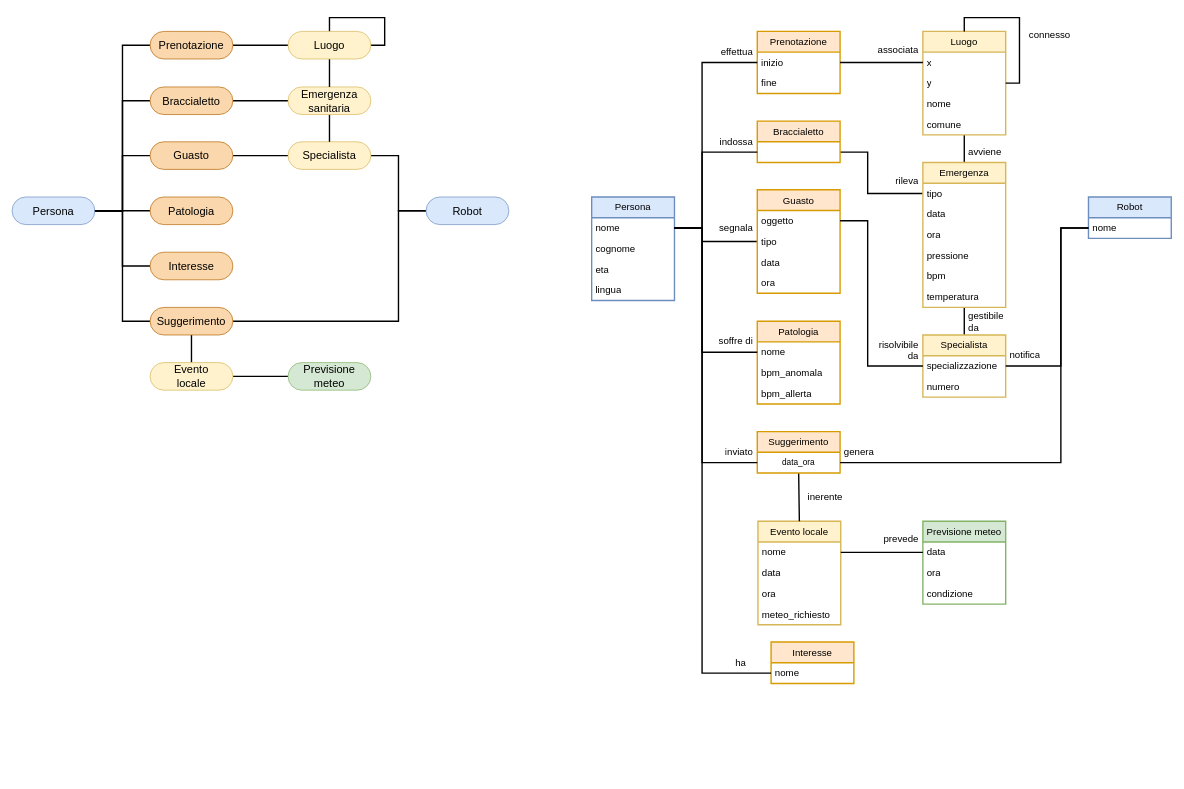
Above: KB/ontology.drawio in A-rgonaut/LM-32_HrR_Hotel-receptionist_Robot (draw.io), before the change. Source tidied: cells renumbered, new cells numbered last; positions are measured from the earlier drawing's top-left corner, leaving out a move shared by most shapes. Both pictures are drawn from the tidied source at 69%, with x=0, y=0 at pixel (12, 17).
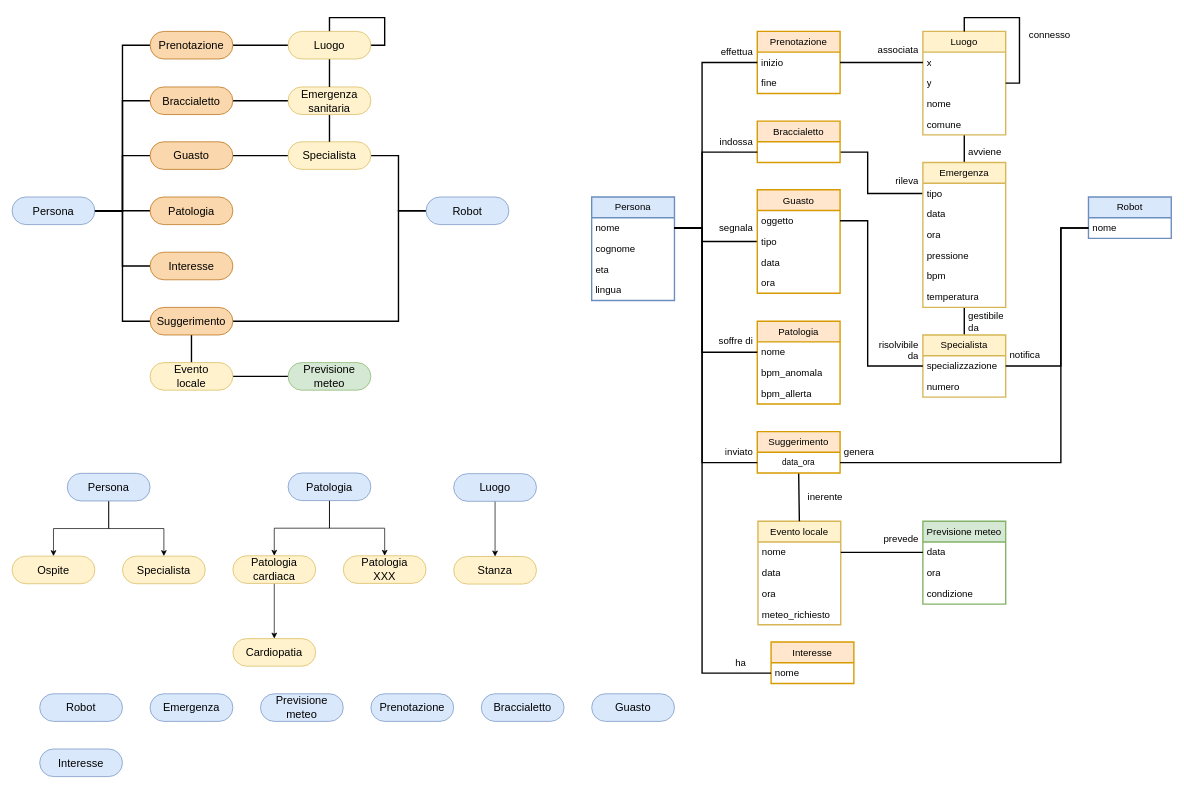
After the change.

Diff of the diagram source:
```diff
@@
+    <mxCell id="111" style="edgeStyle=orthogonalEdgeStyle;rounded=0;jettySize=auto;html=1;exitX=0.5;exitY=1;exitDx=0;exitDy=0;entryX=0.5;entryY=0;entryDx=0;entryDy=0;" parent="1" edge="1" source="113" target="115">
+      <mxGeometry relative="1" as="geometry" />
+    </mxCell>
+    <mxCell id="112" style="edgeStyle=orthogonalEdgeStyle;rounded=0;jettySize=auto;html=1;exitX=0.5;exitY=1;exitDx=0;exitDy=0;entryX=0.5;entryY=0;entryDx=0;entryDy=0;" parent="1" edge="1" source="113" target="114">
+      <mxGeometry relative="1" as="geometry" />
+    </mxCell>
+    <mxCell id="113" value="Persona" style="rounded=1;whiteSpace=wrap;html=1;fillColor=#dae8fc;strokeColor=#6c8ebf;arcSize=50;fontSize=16;fontFamily=Cambria;fontStyle=0;" parent="1" vertex="1">
+      <mxGeometry x="80" y="660.5" width="120" height="40" as="geometry" />
+    </mxCell>
+    <mxCell id="114" value="Specialista" style="rounded=1;whiteSpace=wrap;html=1;fillColor=#fff2cc;strokeColor=#d6b656;arcSize=50;fontSize=16;fontFamily=Cambria;" parent="1" vertex="1">
+      <mxGeometry x="160" y="780.5" width="120" height="40" as="geometry" />
+    </mxCell>
+    <mxCell id="115" value="Ospite" style="rounded=1;whiteSpace=wrap;html=1;fillColor=#fff2cc;strokeColor=#d6b656;arcSize=50;fontSize=16;fontFamily=Cambria;fontStyle=0;" parent="1" vertex="1">
+      <mxGeometry y="780.5" width="120" height="40" as="geometry" />
+    </mxCell>
+    <mxCell id="116" style="edgeStyle=orthogonalEdgeStyle;rounded=0;jettySize=auto;html=1;exitX=0.5;exitY=1;exitDx=0;exitDy=0;entryX=0.5;entryY=0;entryDx=0;entryDy=0;" parent="1" edge="1" source="117" target="118">
+      <mxGeometry relative="1" as="geometry" />
+    </mxCell>
+    <mxCell id="117" value="Luogo" style="rounded=1;whiteSpace=wrap;html=1;fillColor=#dae8fc;strokeColor=#6c8ebf;arcSize=50;fontSize=16;fontFamily=Cambria;fontStyle=0;" parent="1" vertex="1">
+      <mxGeometry x="640" y="661" width="120" height="40" as="geometry" />
+    </mxCell>
+    <mxCell id="118" value="Stanza" style="rounded=1;whiteSpace=wrap;html=1;fillColor=#fff2cc;strokeColor=#d6b656;arcSize=50;fontSize=16;fontFamily=Cambria;fontStyle=0;" parent="1" vertex="1">
+      <mxGeometry x="640" y="781" width="120" height="40" as="geometry" />
+    </mxCell>
+    <mxCell id="119" value="Robot" style="rounded=1;whiteSpace=wrap;html=1;fillColor=#dae8fc;strokeColor=#6c8ebf;arcSize=50;fontSize=16;fontFamily=Cambria;fontStyle=0;" parent="1" vertex="1">
+      <mxGeometry x="40" y="980" width="120" height="40" as="geometry" />
+    </mxCell>
+    <mxCell id="120" value="Emergenza" style="rounded=1;whiteSpace=wrap;html=1;fillColor=#dae8fc;strokeColor=#6c8ebf;arcSize=50;fontSize=16;fontFamily=Cambria;fontStyle=0;" parent="1" vertex="1">
+      <mxGeometry x="200" y="980" width="120" height="40" as="geometry" />
+    </mxCell>
+    <mxCell id="121" value="Braccialetto" style="rounded=1;whiteSpace=wrap;html=1;fillColor=#dae8fc;strokeColor=#6c8ebf;arcSize=50;fontSize=16;fontFamily=Cambria;" parent="1" vertex="1">
+      <mxGeometry x="680" y="980" width="120" height="40" as="geometry" />
+    </mxCell>
+    <mxCell id="122" value="Guasto" style="rounded=1;whiteSpace=wrap;html=1;fillColor=#dae8fc;strokeColor=#6c8ebf;arcSize=50;fontSize=16;fontFamily=Cambria;" parent="1" vertex="1">
+      <mxGeometry x="840" y="980" width="120" height="40" as="geometry" />
+    </mxCell>
+    <mxCell id="123" style="edgeStyle=orthogonalEdgeStyle;rounded=0;jettySize=auto;html=1;exitX=0.5;exitY=1;exitDx=0;exitDy=0;entryX=0.5;entryY=0;entryDx=0;entryDy=0;" parent="1" edge="1" source="125" target="130">
+      <mxGeometry relative="1" as="geometry" />
+    </mxCell>
+    <mxCell id="124" style="edgeStyle=orthogonalEdgeStyle;rounded=0;jettySize=auto;html=1;exitX=0.5;exitY=1;exitDx=0;exitDy=0;entryX=0.5;entryY=0;entryDx=0;entryDy=0;" parent="1" edge="1" source="125" target="131">
+      <mxGeometry relative="1" as="geometry" />
+    </mxCell>
+    <mxCell id="125" value="Patologia" style="rounded=1;whiteSpace=wrap;html=1;fillColor=#dae8fc;strokeColor=#6c8ebf;arcSize=50;fontSize=16;fontFamily=Cambria;" parent="1" vertex="1">
+      <mxGeometry x="400" y="660" width="120" height="40" as="geometry" />
+    </mxCell>
+    <mxCell id="126" value="Interesse" style="rounded=1;whiteSpace=wrap;html=1;fillColor=#dae8fc;strokeColor=#6c8ebf;arcSize=50;fontSize=16;fontFamily=Cambria;" parent="1" vertex="1">
+      <mxGeometry x="40" y="1060" width="120" height="40" as="geometry" />
+    </mxCell>
+    <mxCell id="127" value="Prenotazione" style="rounded=1;whiteSpace=wrap;html=1;fillColor=#dae8fc;strokeColor=#6c8ebf;arcSize=50;fontSize=16;fontFamily=Cambria;" parent="1" vertex="1">
+      <mxGeometry x="520" y="980" width="120" height="40" as="geometry" />
+    </mxCell>
+    <mxCell id="128" value="Previsione&lt;div&gt;meteo&lt;/div&gt;" style="rounded=1;whiteSpace=wrap;html=1;fillColor=#dae8fc;strokeColor=#6c8ebf;arcSize=50;fontSize=16;fontFamily=Cambria;" parent="1" vertex="1">
+      <mxGeometry x="360" y="980" width="120" height="40" as="geometry" />
+    </mxCell>
+    <mxCell id="129" style="edgeStyle=orthogonalEdgeStyle;rounded=0;jettySize=auto;html=1;exitX=0.5;exitY=1;exitDx=0;exitDy=0;entryX=0.5;entryY=0;entryDx=0;entryDy=0;" parent="1" edge="1" source="130" target="132">
+      <mxGeometry relative="1" as="geometry" />
+    </mxCell>
+    <mxCell id="130" value="Patologia&lt;br&gt;cardiaca" style="rounded=1;whiteSpace=wrap;html=1;fillColor=#fff2cc;strokeColor=#d6b656;arcSize=50;fontSize=16;fontFamily=Cambria;" parent="1" vertex="1">
+      <mxGeometry x="320" y="780" width="120" height="40" as="geometry" />
+    </mxCell>
+    <mxCell id="131" value="Patologia&lt;br&gt;XXX" style="rounded=1;whiteSpace=wrap;html=1;fillColor=#fff2cc;strokeColor=#d6b656;arcSize=50;fontSize=16;fontFamily=Cambria;" parent="1" vertex="1">
+      <mxGeometry x="480" y="780" width="120" height="40" as="geometry" />
+    </mxCell>
+    <mxCell id="132" value="Cardiopatia" style="rounded=1;whiteSpace=wrap;html=1;fillColor=#fff2cc;strokeColor=#d6b656;arcSize=50;fontSize=16;fontFamily=Cambria;" parent="1" vertex="1">
+      <mxGeometry x="320" y="900" width="120" height="40" as="geometry" />
+    </mxCell>
```
